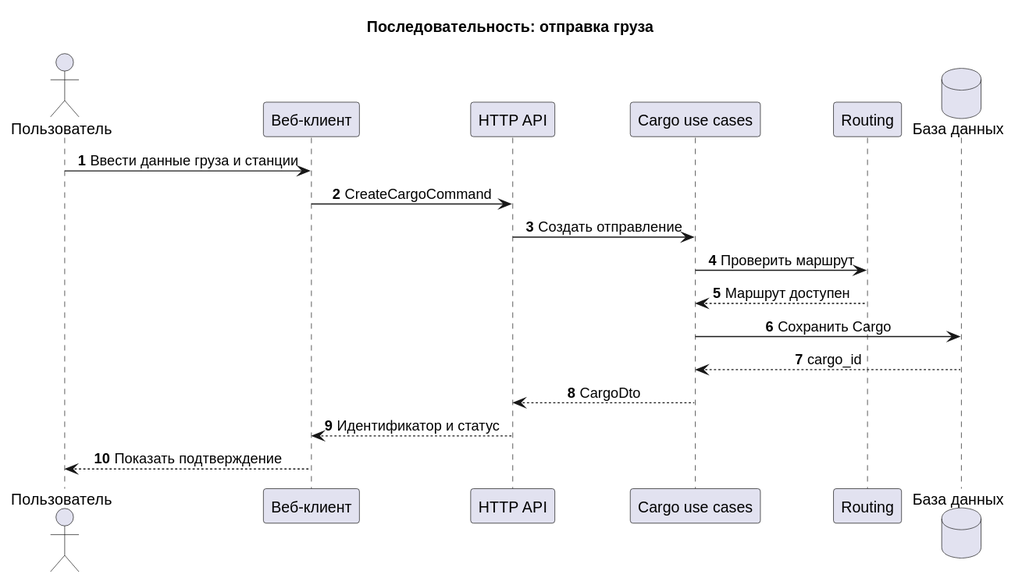
Above: uml/sequence-diagram/Отправка_груза.svg in Gu4rDe/railway (PlantUML), before the change. The source it was exported from:
```plantuml
@startuml
!pragma layout smetana
title Последовательность: отправка груза
skinparam shadowing false
skinparam sequenceMessageAlign center
skinparam responseMessageBelowArrow true
autonumber

actor "Пользователь" as User
participant "Веб-клиент" as Client
participant "HTTP API" as API
participant "Cargo use cases" as Cargo
participant "Routing" as Routing
database "База данных" as DB

User -> Client : Ввести данные груза и станции
Client -> API : CreateCargoCommand
API -> Cargo : Создать отправление
Cargo -> Routing : Проверить маршрут
Routing --> Cargo : Маршрут доступен
Cargo -> DB : Сохранить Cargo
DB --> Cargo : cargo_id
Cargo --> API : CargoDto
API --> Client : Идентификатор и статус
Client --> User : Показать подтверждение
@enduml
```
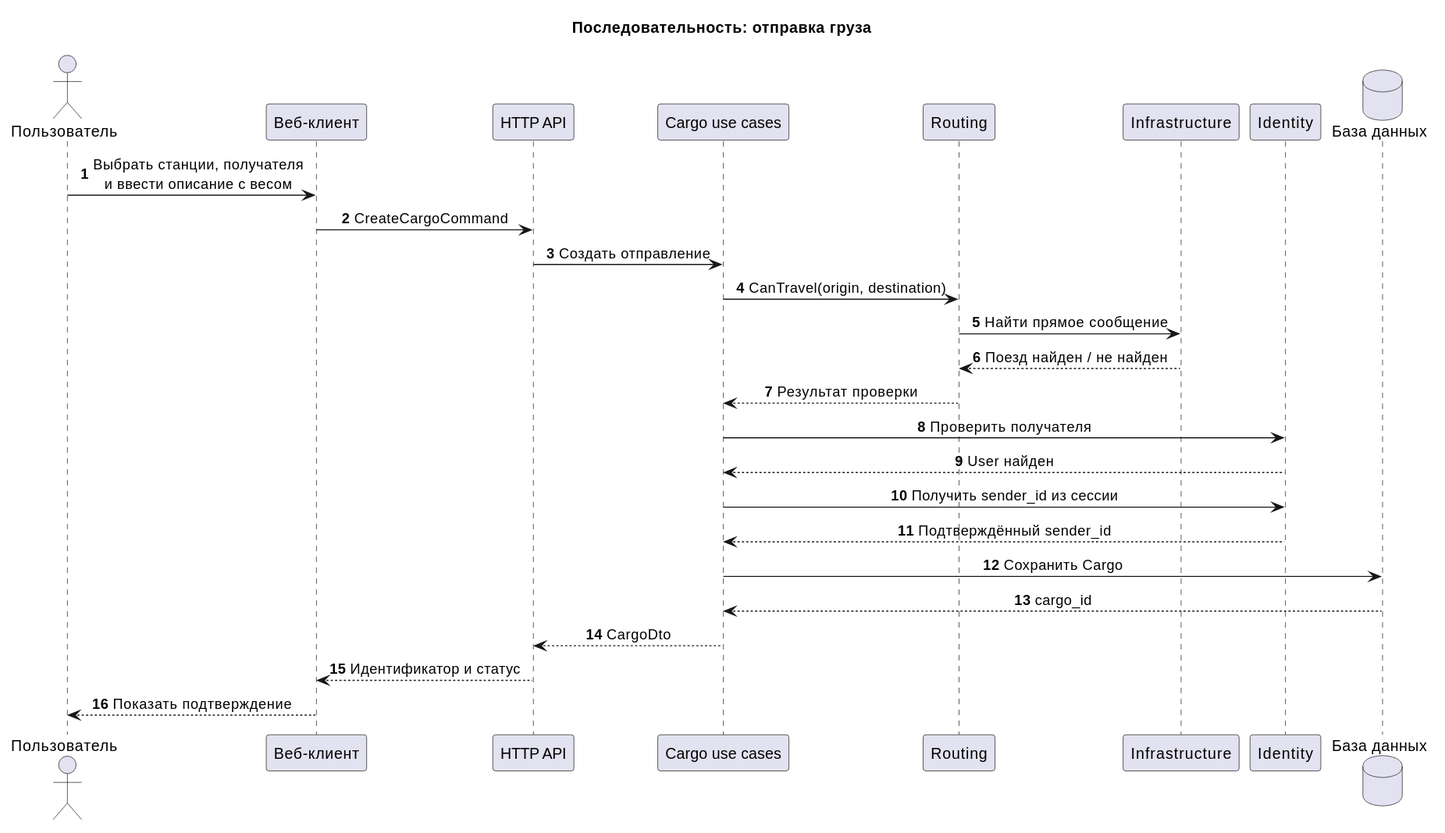
After the commit.

The edit, as a diff of the source:
```diff
@@ -11,13 +11,21 @@
 participant "HTTP API" as API
 participant "Cargo use cases" as Cargo
 participant "Routing" as Routing
+participant "Infrastructure" as Infrastructure
+participant "Identity" as Identity
 database "База данных" as DB
 
-User -> Client : Ввести данные груза и станции
+User -> Client : Выбрать станции, получателя\nи ввести описание с весом
 Client -> API : CreateCargoCommand
 API -> Cargo : Создать отправление
-Cargo -> Routing : Проверить маршрут
-Routing --> Cargo : Маршрут доступен
+Cargo -> Routing : CanTravel(origin, destination)
+Routing -> Infrastructure : Найти прямое сообщение
+Infrastructure --> Routing : Поезд найден / не найден
+Routing --> Cargo : Результат проверки
+Cargo -> Identity : Проверить получателя
+Identity --> Cargo : User найден
+Cargo -> Identity : Получить sender_id из сессии
+Identity --> Cargo : Подтверждённый sender_id
 Cargo -> DB : Сохранить Cargo
 DB --> Cargo : cargo_id
 Cargo --> API : CargoDto
```
